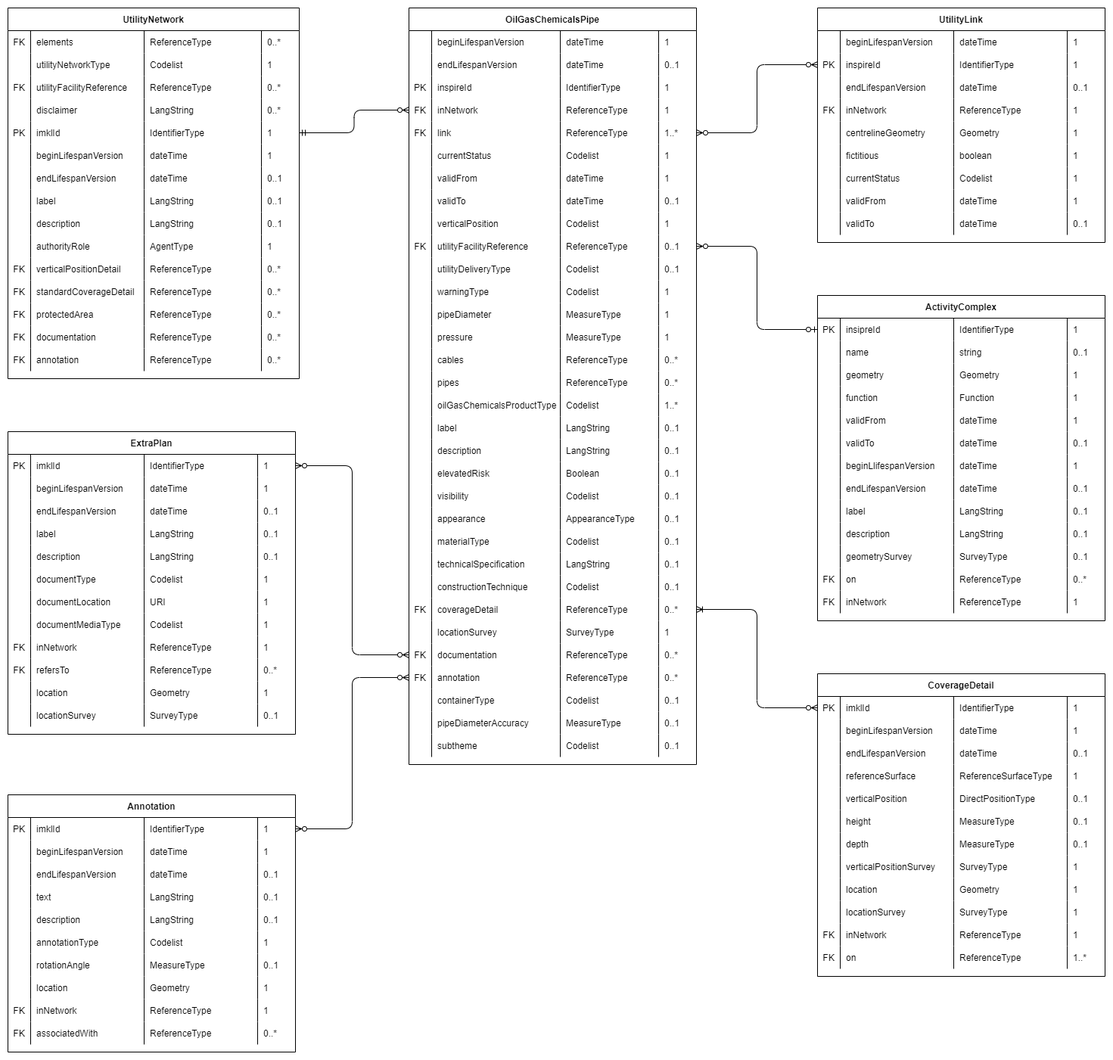
belgif/ICEGthema-imkl keeps this draw.io diagram as implementation/Documentation/ERD/IMKL3 OilGasChemicalsPipe.png. Above is the earlier version. Source tidied: cells renumbered, new cells last; positions are measured from the earlier drawing's top-left corner, leaving out a move shared by most shapes.
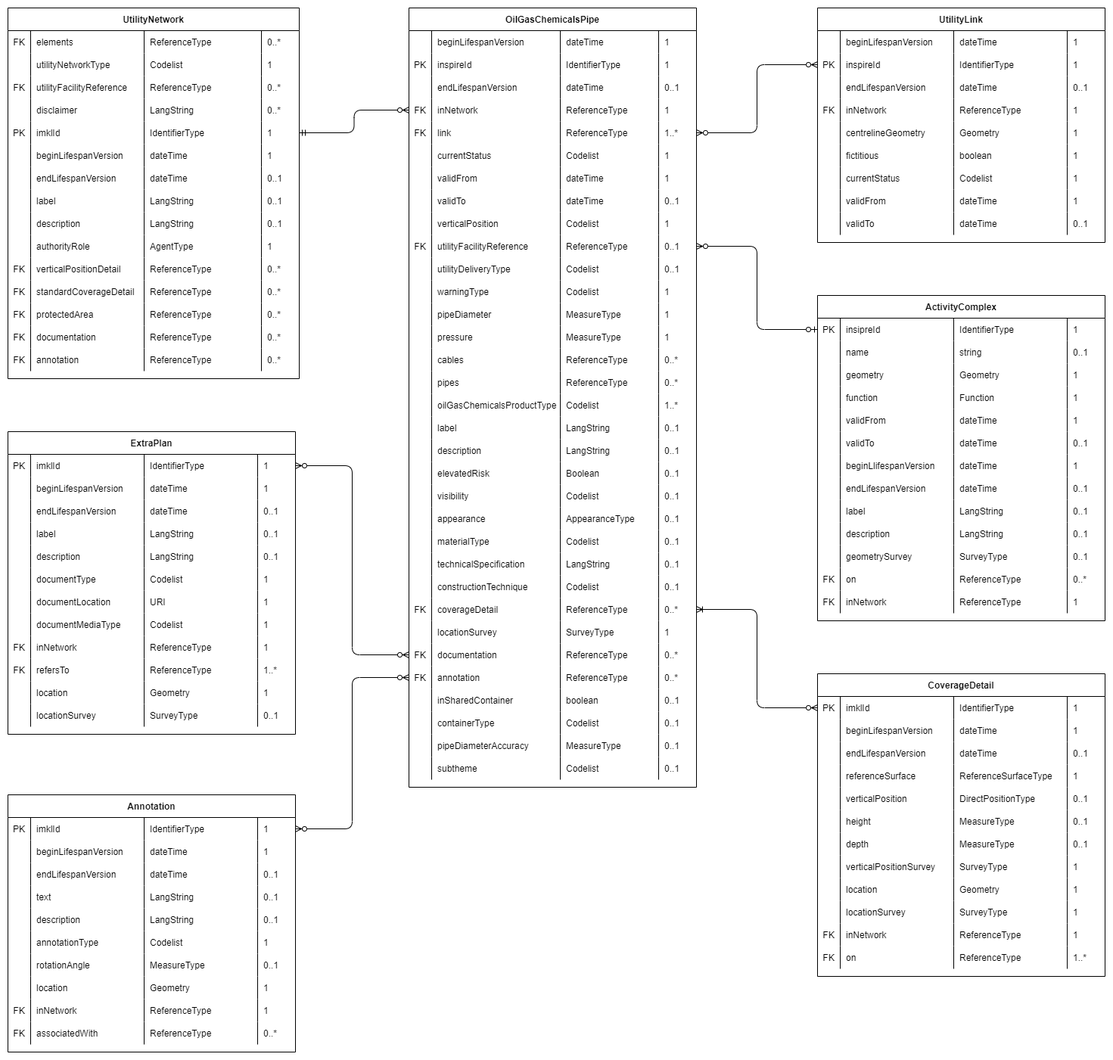
The same diagram one commit later.

Diff of the diagram source:
```diff
@@ -3,7 +3,7 @@
     <mxCell id="0" />
     <mxCell id="1" parent="0" />
     <mxCell id="2" value="OilGasChemicalsPipe" style="shape=table;startSize=30;rowLines=0;fontStyle=1;align=center;" parent="1" vertex="1">
-      <mxGeometry x="530" width="380" height="1000" as="geometry" />
+      <mxGeometry x="530" width="380" height="1030" as="geometry" />
     </mxCell>
     <mxCell id="3" style="shape=tableRow;horizontal=0;startSize=0;swimlaneHead=0;swimlaneBody=0;fillColor=none;top=0;left=0;right=0;bottom=0;" parent="2" vertex="1">
       <mxGeometry y="30" width="380" height="30" as="geometry" />
@@ -20,8 +20,23 @@
     <mxCell id="7" value="1" style="shape=partialRectangle;fillColor=none;top=0;left=0;bottom=0;right=0;align=left;spacingLeft=6;overflow=hidden;" parent="3" vertex="1">
       <mxGeometry x="330" width="50" height="30" as="geometry" />
     </mxCell>
+    <mxCell id="530" style="shape=tableRow;horizontal=0;startSize=0;swimlaneHead=0;swimlaneBody=0;fillColor=none;top=0;left=0;right=0;bottom=0;" parent="2" vertex="1">
+      <mxGeometry y="60" width="380" height="30" as="geometry" />
+    </mxCell>
+    <mxCell id="14" value="PK" style="shape=partialRectangle;fillColor=none;top=0;left=0;bottom=0;right=0;overflow=hidden;" parent="530" vertex="1">
+      <mxGeometry width="30" height="30" as="geometry" />
+    </mxCell>
+    <mxCell id="15" value="inspireId" style="shape=partialRectangle;fillColor=none;top=0;left=0;bottom=0;right=0;align=left;spacingLeft=6;overflow=hidden;" parent="530" vertex="1">
+      <mxGeometry x="30" width="170" height="30" as="geometry" />
+    </mxCell>
+    <mxCell id="16" value="IdentifierType" style="shape=partialRectangle;fillColor=none;top=0;left=0;bottom=0;right=0;align=left;spacingLeft=6;overflow=hidden;" parent="530" vertex="1">
+      <mxGeometry x="200" width="130" height="30" as="geometry" />
+    </mxCell>
+    <mxCell id="17" value="1" style="shape=partialRectangle;fillColor=none;top=0;left=0;bottom=0;right=0;align=left;spacingLeft=6;overflow=hidden;" parent="530" vertex="1">
+      <mxGeometry x="330" width="50" height="30" as="geometry" />
+    </mxCell>
     <mxCell id="8" style="shape=tableRow;horizontal=0;startSize=0;swimlaneHead=0;swimlaneBody=0;fillColor=none;top=0;left=0;right=0;bottom=0;" parent="2" vertex="1">
-      <mxGeometry y="60" width="380" height="30" as="geometry" />
+      <mxGeometry y="90" width="380" height="30" as="geometry" />
     </mxCell>
     <mxCell id="9" style="shape=partialRectangle;fillColor=none;top=0;left=0;bottom=0;right=0;overflow=hidden;" parent="8" vertex="1">
       <mxGeometry width="30" height="30" as="geometry" />
@@ -35,21 +50,6 @@
     <mxCell id="12" value="0..1" style="shape=partialRectangle;fillColor=none;top=0;left=0;bottom=0;right=0;align=left;spacingLeft=6;overflow=hidden;" parent="8" vertex="1">
       <mxGeometry x="330" width="50" height="30" as="geometry" />
     </mxCell>
-    <mxCell id="13" style="shape=tableRow;horizontal=0;startSize=0;swimlaneHead=0;swimlaneBody=0;fillColor=none;top=0;left=0;right=0;bottom=0;" parent="2" vertex="1">
-      <mxGeometry y="90" width="380" height="30" as="geometry" />
-    </mxCell>
-    <mxCell id="14" value="PK" style="shape=partialRectangle;fillColor=none;top=0;left=0;bottom=0;right=0;overflow=hidden;" parent="13" vertex="1">
-      <mxGeometry width="30" height="30" as="geometry" />
-    </mxCell>
-    <mxCell id="15" value="inspireId" style="shape=partialRectangle;fillColor=none;top=0;left=0;bottom=0;right=0;align=left;spacingLeft=6;overflow=hidden;" parent="13" vertex="1">
-      <mxGeometry x="30" width="170" height="30" as="geometry" />
-    </mxCell>
-    <mxCell id="16" value="IdentifierType" style="shape=partialRectangle;fillColor=none;top=0;left=0;bottom=0;right=0;align=left;spacingLeft=6;overflow=hidden;" parent="13" vertex="1">
-      <mxGeometry x="200" width="130" height="30" as="geometry" />
-    </mxCell>
-    <mxCell id="17" value="1" style="shape=partialRectangle;fillColor=none;top=0;left=0;bottom=0;right=0;align=left;spacingLeft=6;overflow=hidden;" parent="13" vertex="1">
-      <mxGeometry x="330" width="50" height="30" as="geometry" />
-    </mxCell>
     <mxCell id="18" style="shape=tableRow;horizontal=0;startSize=0;swimlaneHead=0;swimlaneBody=0;fillColor=none;points=[[0,0.5],[1,0.5]];portConstraint=eastwest;top=0;left=0;right=0;bottom=0;" parent="2" vertex="1">
       <mxGeometry y="120" width="380" height="30" as="geometry" />
     </mxCell>
@@ -440,8 +440,23 @@
     <mxCell id="147" value="0..*" style="shape=partialRectangle;fillColor=none;top=0;left=0;bottom=0;right=0;align=left;spacingLeft=6;overflow=hidden;" parent="143" vertex="1">
       <mxGeometry x="330" width="50" height="30" as="geometry" />
     </mxCell>
+    <mxCell id="531" style="shape=tableRow;horizontal=0;startSize=0;swimlaneHead=0;swimlaneBody=0;fillColor=none;top=0;left=0;right=0;bottom=0;" parent="2" vertex="1">
+      <mxGeometry y="900" width="380" height="30" as="geometry" />
+    </mxCell>
+    <mxCell id="532" style="shape=partialRectangle;fillColor=none;top=0;left=0;bottom=0;right=0;overflow=hidden;" parent="531" vertex="1">
+      <mxGeometry width="30" height="30" as="geometry" />
+    </mxCell>
+    <mxCell id="533" value="inSharedContainer" style="shape=partialRectangle;fillColor=none;top=0;left=0;bottom=0;right=0;align=left;spacingLeft=6;overflow=hidden;" parent="531" vertex="1">
+      <mxGeometry x="30" width="170" height="30" as="geometry" />
+    </mxCell>
+    <mxCell id="534" value="boolean" style="shape=partialRectangle;fillColor=none;top=0;left=0;bottom=0;right=0;align=left;spacingLeft=6;overflow=hidden;" parent="531" vertex="1">
+      <mxGeometry x="200" width="130" height="30" as="geometry" />
+    </mxCell>
+    <mxCell id="535" value="0..1" style="shape=partialRectangle;fillColor=none;top=0;left=0;bottom=0;right=0;align=left;spacingLeft=6;overflow=hidden;" parent="531" vertex="1">
+      <mxGeometry x="330" width="50" height="30" as="geometry" />
+    </mxCell>
     <mxCell id="148" style="shape=tableRow;horizontal=0;startSize=0;swimlaneHead=0;swimlaneBody=0;fillColor=none;top=0;left=0;right=0;bottom=0;" parent="2" vertex="1">
-      <mxGeometry y="900" width="380" height="30" as="geometry" />
+      <mxGeometry y="930" width="380" height="30" as="geometry" />
     </mxCell>
     <mxCell id="149" style="shape=partialRectangle;fillColor=none;top=0;left=0;bottom=0;right=0;overflow=hidden;" parent="148" vertex="1">
       <mxGeometry width="30" height="30" as="geometry" />
@@ -456,7 +471,7 @@
       <mxGeometry x="330" width="50" height="30" as="geometry" />
     </mxCell>
     <mxCell id="153" style="shape=tableRow;horizontal=0;startSize=0;swimlaneHead=0;swimlaneBody=0;fillColor=none;top=0;left=0;right=0;bottom=0;" parent="2" vertex="1">
-      <mxGeometry y="930" width="380" height="30" as="geometry" />
+      <mxGeometry y="960" width="380" height="30" as="geometry" />
     </mxCell>
     <mxCell id="154" style="shape=partialRectangle;fillColor=none;top=0;left=0;bottom=0;right=0;overflow=hidden;" parent="153" vertex="1">
       <mxGeometry width="30" height="30" as="geometry" />
@@ -471,7 +486,7 @@
       <mxGeometry x="330" width="50" height="30" as="geometry" />
     </mxCell>
     <mxCell id="158" style="shape=tableRow;horizontal=0;startSize=0;swimlaneHead=0;swimlaneBody=0;fillColor=none;top=0;left=0;right=0;bottom=0;" parent="2" vertex="1">
-      <mxGeometry y="960" width="380" height="30" as="geometry" />
+      <mxGeometry y="990" width="380" height="30" as="geometry" />
     </mxCell>
     <mxCell id="159" style="shape=partialRectangle;fillColor=none;top=0;left=0;bottom=0;right=0;overflow=hidden;" parent="158" vertex="1">
       <mxGeometry width="30" height="30" as="geometry" />
@@ -1382,7 +1397,7 @@
     <mxCell id="461" value="ReferenceType" style="shape=partialRectangle;fillColor=none;top=0;left=0;bottom=0;right=0;align=left;spacingLeft=6;overflow=hidden;" parent="458" vertex="1">
       <mxGeometry x="180" width="150" height="30" as="geometry" />
     </mxCell>
-    <mxCell id="462" value="0..*" style="shape=partialRectangle;fillColor=none;top=0;left=0;bottom=0;right=0;align=left;spacingLeft=6;overflow=hidden;" parent="458" vertex="1">
+    <mxCell id="462" value="1..*" style="shape=partialRectangle;fillColor=none;top=0;left=0;bottom=0;right=0;align=left;spacingLeft=6;overflow=hidden;" parent="458" vertex="1">
       <mxGeometry x="330" width="50" height="30" as="geometry" />
     </mxCell>
     <mxCell id="463" style="shape=tableRow;horizontal=0;startSize=0;swimlaneHead=0;swimlaneBody=0;fillColor=none;top=0;left=0;right=0;bottom=0;" parent="412" vertex="1">
```
